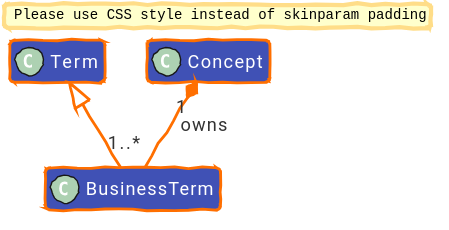
Before: diagrams/out/uctm-business-term.svg, a diagram exported from PlantUML (EKGF/ekg-method). The source it was exported from:
```plantuml
@startuml
!option handwritten true
!define BG_MAIN_COLOR      #4051b5
!define BG_SECONDARY_COLOR #4051b5
!define BG_PACKAGE_COLOR   #4051b5
!define BORDER_COLOR       #ff6f00
!define FONT_COLOR         #ffffff
!define ARROW_COLOR        #ff6f00

skinparam backgroundColor transparent

skinparam Padding 2
skinparam RoundCorner 6
skinparam Shadowing false
skinparam HyperlinkUnderline true
skinparam HyperlinkColor #ff6f00
skinparam ranksep 40
skinparam nodesep 30
skinparam noteFontColor #000000

skinparam Default {
FontName "Roboto"
FontColor FONT_COLOR
FontSize 13
}

skinparam Arrow {
Color ARROW_COLOR
FontColor #333333
FontStyle normal
Thickness 2
}

skinparam class {
BackgroundColor BG_MAIN_COLOR
BorderColor BORDER_COLOR
BorderThickness 2
FontColor FONT_COLOR
AttributeFontColor FONT_COLOR
ArrowColor ARROW_COLOR
ArrowThickness 2
}

skinparam package {
FontColor FONT_COLOR
BackgroundColor BG_MAIN_COLOR
BorderColor BORDER_COLOR
}

skinparam state {
BackgroundColor BG_MAIN_COLOR
FontColor FONT_COLOR
AttributeFontColor FONT_COLOR
ArrowColor ARROW_COLOR
BorderColor BORDER_COLOR
BorderThickness 2
}

top to bottom direction
hide members

class "Term" as Term [[/concept/term/#ontology]]
class "BusinessTerm" as BusinessTerm [[/concept/term/business-term/#ontology]]
class "Concept" as Concept [[/concept/concept/#ontology]]

Term <|-- BusinessTerm

Concept "1" *-- "1..*" BusinessTerm : owns
@enduml
```
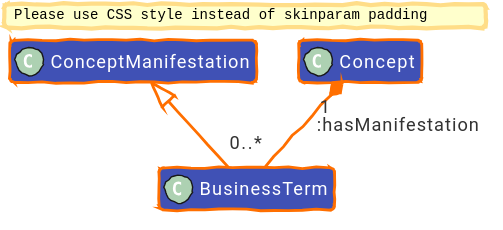
The same diagram one commit later.

The edit, as a diff of the source:
```diff
@@ -59,11 +59,11 @@
 top to bottom direction
 hide members
 
-class "Term" as Term [[/concept/term/#ontology]]
+class "ConceptManifestation" as ConceptManifestation [[/concept/term/#ontology]]
 class "BusinessTerm" as BusinessTerm [[/concept/term/business-term/#ontology]]
 class "Concept" as Concept [[/concept/concept/#ontology]]
 
-Term <|-- BusinessTerm
+ConceptManifestation <|-- BusinessTerm
 
-Concept "1" *-- "1..*" BusinessTerm : owns
+Concept "1" *-- "0..*" BusinessTerm : :hasManifestation
 @enduml
```
